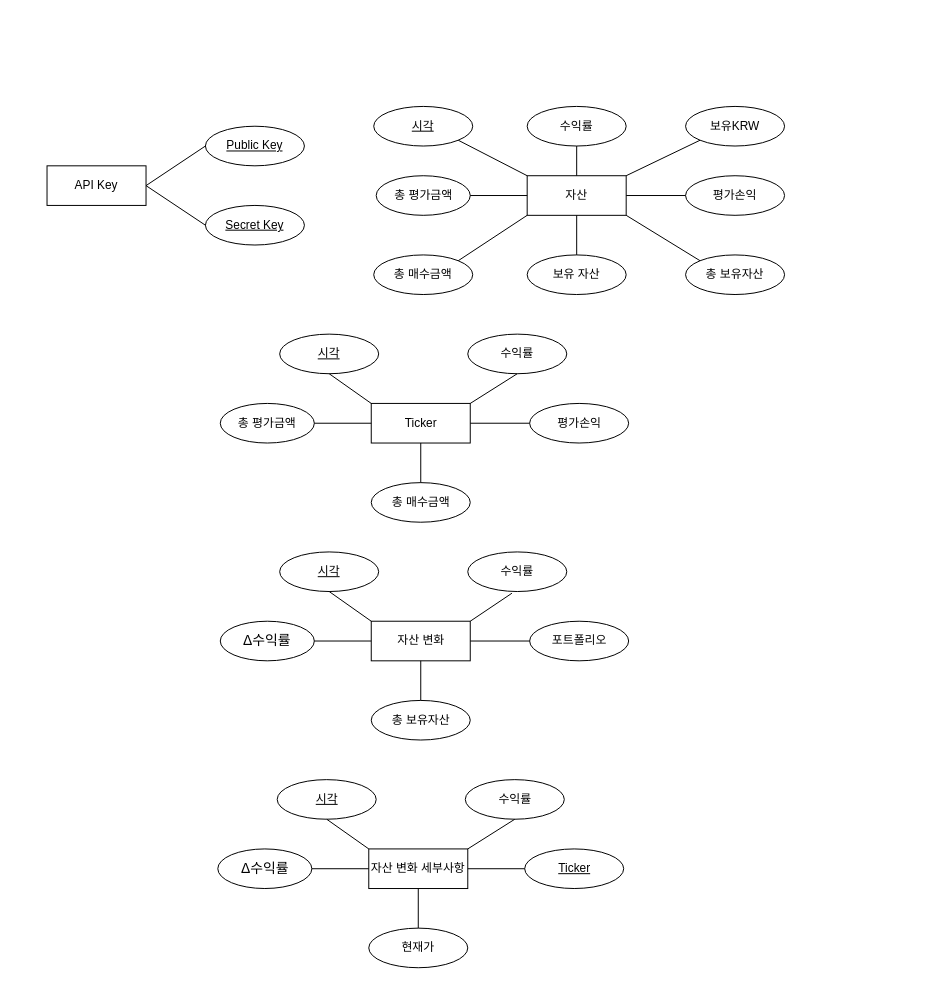
Above: Untitled Diagram.drawio in andantan/DB-Project (draw.io), before the change. Source tidied: cells renumbered, new cells numbered last; positions are measured from the earlier drawing's top-left corner, leaving out a move shared by most shapes. Both pictures are drawn from the tidied source at 99%, with x=0, y=0 at pixel (47, 106).
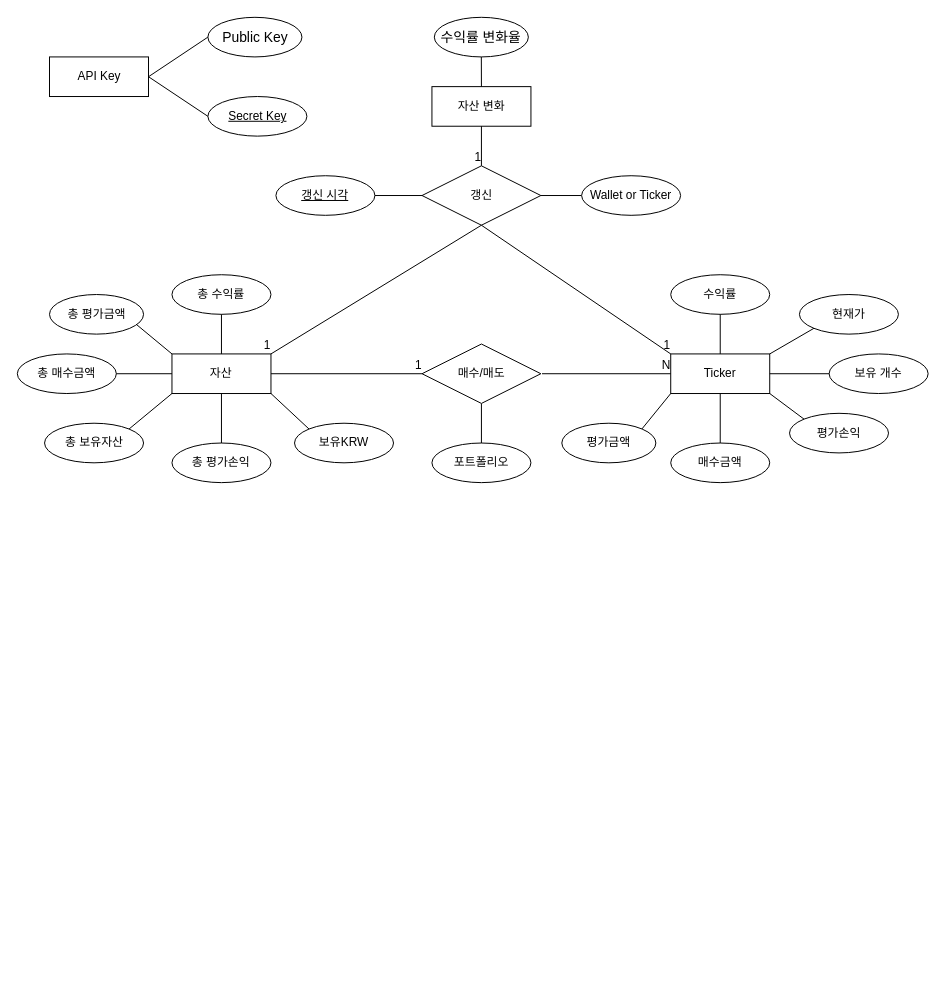
The same page after the edit.

Change to the diagram source:
```diff
@@
     <mxCell id="2" value="자산" style="whiteSpace=wrap;html=1;align=center;" parent="1" vertex="1">
-      <mxGeometry x="485" y="70" width="100" height="40" as="geometry" />
+      <mxGeometry x="126.2" y="250" width="100" height="40" as="geometry" />
     </mxCell>
     <mxCell id="3" value="보유KRW" style="ellipse;whiteSpace=wrap;html=1;align=center;" parent="1" vertex="1">
-      <mxGeometry x="645" width="100" height="40" as="geometry" />
+      <mxGeometry x="250" y="320" width="100" height="40" as="geometry" />
     </mxCell>
     <mxCell id="4" value="총 보유자산" style="ellipse;whiteSpace=wrap;html=1;align=center;" parent="1" vertex="1">
-      <mxGeometry x="645" y="150" width="100" height="40" as="geometry" />
+      <mxGeometry x="-2.5" y="320" width="100" height="40" as="geometry" />
     </mxCell>
     <mxCell id="5" value="총 매수금액" style="ellipse;whiteSpace=wrap;html=1;align=center;" parent="1" vertex="1">
-      <mxGeometry x="330" y="150" width="100" height="40" as="geometry" />
+      <mxGeometry x="-30" y="250" width="100" height="40" as="geometry" />
     </mxCell>
     <mxCell id="6" value="총 평가금액" style="ellipse;whiteSpace=wrap;html=1;align=center;" parent="1" vertex="1">
-      <mxGeometry x="332.5" y="70" width="95" height="40" as="geometry" />
+      <mxGeometry x="2.5" y="190" width="95" height="40" as="geometry" />
     </mxCell>
-    <mxCell id="7" value="평가손익" style="ellipse;whiteSpace=wrap;html=1;align=center;" parent="1" vertex="1">
-      <mxGeometry x="645" y="70" width="100" height="40" as="geometry" />
+    <mxCell id="7" value="총 평가손익" style="ellipse;whiteSpace=wrap;html=1;align=center;" parent="1" vertex="1">
+      <mxGeometry x="126.2" y="340" width="100" height="40" as="geometry" />
     </mxCell>
-    <mxCell id="8" value="수익률" style="ellipse;whiteSpace=wrap;html=1;align=center;" parent="1" vertex="1">
-      <mxGeometry x="485" width="100" height="40" as="geometry" />
+    <mxCell id="8" value="총 수익률" style="ellipse;whiteSpace=wrap;html=1;align=center;" parent="1" vertex="1">
+      <mxGeometry x="126.2" y="170" width="100" height="40" as="geometry" />
     </mxCell>
-    <mxCell id="9" value="보유 자산" style="ellipse;whiteSpace=wrap;html=1;align=center;" parent="1" vertex="1">
-      <mxGeometry x="485" y="150" width="100" height="40" as="geometry" />
+    <mxCell id="9" value="포트폴리오" style="ellipse;whiteSpace=wrap;html=1;align=center;" parent="1" vertex="1">
+      <mxGeometry x="388.8" y="340" width="100" height="40" as="geometry" />
     </mxCell>
-    <mxCell id="10" value="시각" style="ellipse;whiteSpace=wrap;html=1;align=center;fontStyle=4;" parent="1" vertex="1">
-      <mxGeometry x="330" width="100" height="40" as="geometry" />
-    </mxCell>
-    <mxCell id="11" style="endArrow=none;html=1;rounded=0;exitX=0;exitY=0;exitDx=0;exitDy=0;entryX=1;entryY=1;entryDx=0;entryDy=0;" parent="1" edge="1" source="2" target="10">
-      <mxGeometry relative="1" as="geometry" />
-    </mxCell>
-    <mxCell id="12" style="endArrow=none;html=1;rounded=0;exitX=0;exitY=0.5;exitDx=0;exitDy=0;entryX=1;entryY=0.5;entryDx=0;entryDy=0;" parent="1" edge="1" source="2" target="6">
-      <mxGeometry relative="1" as="geometry" />
+    <mxCell id="12" style="endArrow=none;html=1;rounded=0;exitX=0;exitY=0;exitDx=0;exitDy=0;" parent="1" edge="1" source="2">
+      <mxGeometry relative="1" as="geometry">
+        <mxPoint x="90" y="220" as="targetPoint" />
+      </mxGeometry>
     </mxCell>
-    <mxCell id="13" style="endArrow=none;html=1;rounded=0;exitX=0;exitY=1;exitDx=0;exitDy=0;entryX=1;entryY=0;entryDx=0;entryDy=0;" parent="1" edge="1" source="2" target="5">
+    <mxCell id="13" style="endArrow=none;html=1;rounded=0;exitX=0;exitY=0.5;exitDx=0;exitDy=0;entryX=1;entryY=0.5;entryDx=0;entryDy=0;" parent="1" edge="1" source="2" target="5">
       <mxGeometry relative="1" as="geometry" />
     </mxCell>
-    <mxCell id="14" style="endArrow=none;html=1;rounded=0;exitX=0;exitY=1;exitDx=0;exitDy=0;entryX=1;entryY=0;entryDx=0;entryDy=0;" parent="1" edge="1" source="3" target="2">
+    <mxCell id="14" style="endArrow=none;html=1;rounded=0;entryX=1;entryY=1;entryDx=0;entryDy=0;exitX=0;exitY=0;exitDx=0;exitDy=0;" parent="1" edge="1" source="3" target="2">
       <mxGeometry relative="1" as="geometry" />
     </mxCell>
-    <mxCell id="15" style="endArrow=none;html=1;rounded=0;exitX=0;exitY=0;exitDx=0;exitDy=0;entryX=1;entryY=1;entryDx=0;entryDy=0;" parent="1" edge="1" source="4" target="2">
+    <mxCell id="15" style="endArrow=none;html=1;rounded=0;entryX=0;entryY=1;entryDx=0;entryDy=0;exitX=1;exitY=0;exitDx=0;exitDy=0;" parent="1" edge="1" source="4" target="2">
       <mxGeometry relative="1" as="geometry" />
     </mxCell>
@@
-    <mxCell id="17" style="endArrow=none;html=1;rounded=0;exitX=0.5;exitY=1;exitDx=0;exitDy=0;entryX=0.5;entryY=0;entryDx=0;entryDy=0;" parent="1" edge="1" source="2" target="9">
+    <mxCell id="17" style="endArrow=none;html=1;rounded=0;exitX=0.5;exitY=1;exitDx=0;exitDy=0;entryX=0.5;entryY=0;entryDx=0;entryDy=0;" parent="1" edge="1" source="57" target="9">
       <mxGeometry relative="1" as="geometry" />
     </mxCell>
-    <mxCell id="18" style="endArrow=none;html=1;rounded=0;exitX=1;exitY=0.5;exitDx=0;exitDy=0;entryX=0;entryY=0.5;entryDx=0;entryDy=0;" parent="1" edge="1" source="2" target="7">
+    <mxCell id="18" style="endArrow=none;html=1;rounded=0;exitX=0.5;exitY=1;exitDx=0;exitDy=0;entryX=0.5;entryY=0;entryDx=0;entryDy=0;" parent="1" edge="1" source="2" target="7">
       <mxGeometry relative="1" as="geometry" />
     </mxCell>
     <mxCell id="19" value="Ticker" style="whiteSpace=wrap;html=1;align=center;" parent="1" vertex="1">
-      <mxGeometry x="327.5" y="300" width="100" height="40" as="geometry" />
+      <mxGeometry x="630" y="250" width="100" height="40" as="geometry" />
     </mxCell>
-    <mxCell id="20" value="총 매수금액" style="ellipse;whiteSpace=wrap;html=1;align=center;" parent="1" vertex="1">
-      <mxGeometry x="327.5" y="380" width="100" height="40" as="geometry" />
+    <mxCell id="20" value="매수금액" style="ellipse;whiteSpace=wrap;html=1;align=center;" parent="1" vertex="1">
+      <mxGeometry x="630" y="340" width="100" height="40" as="geometry" />
     </mxCell>
-    <mxCell id="21" value="총 평가금액" style="ellipse;whiteSpace=wrap;html=1;align=center;" parent="1" vertex="1">
-      <mxGeometry x="175" y="300" width="95" height="40" as="geometry" />
+    <mxCell id="21" value="평가금액" style="ellipse;whiteSpace=wrap;html=1;align=center;" parent="1" vertex="1">
+      <mxGeometry x="520" y="320" width="95" height="40" as="geometry" />
     </mxCell>
     <mxCell id="22" value="평가손익" style="ellipse;whiteSpace=wrap;html=1;align=center;" parent="1" vertex="1">
-      <mxGeometry x="487.5" y="300" width="100" height="40" as="geometry" />
+      <mxGeometry x="750" y="310" width="100" height="40" as="geometry" />
     </mxCell>
     <mxCell id="23" value="수익률" style="ellipse;whiteSpace=wrap;html=1;align=center;" parent="1" vertex="1">
-      <mxGeometry x="425" y="230" width="100" height="40" as="geometry" />
+      <mxGeometry x="630" y="170" width="100" height="40" as="geometry" />
     </mxCell>
-    <mxCell id="24" value="시각" style="ellipse;whiteSpace=wrap;html=1;align=center;fontStyle=4;" parent="1" vertex="1">
-      <mxGeometry x="235" y="230" width="100" height="40" as="geometry" />
-    </mxCell>
-    <mxCell id="25" style="endArrow=none;html=1;rounded=0;exitX=0;exitY=0;exitDx=0;exitDy=0;entryX=0.5;entryY=1;entryDx=0;entryDy=0;" parent="1" edge="1" source="19" target="24">
-      <mxGeometry relative="1" as="geometry" />
-    </mxCell>
-    <mxCell id="26" style="endArrow=none;html=1;rounded=0;exitX=0;exitY=0.5;exitDx=0;exitDy=0;entryX=1;entryY=0.5;entryDx=0;entryDy=0;" parent="1" edge="1" source="19" target="21">
+    <mxCell id="26" style="endArrow=none;html=1;rounded=0;exitX=0;exitY=1;exitDx=0;exitDy=0;entryX=1;entryY=0;entryDx=0;entryDy=0;" parent="1" edge="1" source="19" target="21">
       <mxGeometry relative="1" as="geometry" />
     </mxCell>
-    <mxCell id="27" style="endArrow=none;html=1;rounded=0;exitX=0.5;exitY=1;exitDx=0;exitDy=0;entryX=0.5;entryY=0;entryDx=0;entryDy=0;" parent="1" edge="1" source="19" target="20">
+    <mxCell id="27" style="endArrow=none;html=1;rounded=0;exitX=0.5;exitY=1;exitDx=0;exitDy=0;" parent="1" edge="1" source="19" target="20">
       <mxGeometry relative="1" as="geometry" />
     </mxCell>
-    <mxCell id="28" style="endArrow=none;html=1;rounded=0;exitX=1;exitY=0;exitDx=0;exitDy=0;entryX=0.5;entryY=1;entryDx=0;entryDy=0;" parent="1" edge="1" source="19" target="23">
+    <mxCell id="28" style="endArrow=none;html=1;rounded=0;exitX=1;exitY=0;exitDx=0;exitDy=0;entryX=1;entryY=0;entryDx=0;entryDy=0;" parent="1" edge="1" source="19" target="19">
       <mxGeometry relative="1" as="geometry" />
     </mxCell>
-    <mxCell id="29" style="endArrow=none;html=1;rounded=0;exitX=1;exitY=0.5;exitDx=0;exitDy=0;entryX=0;entryY=0.5;entryDx=0;entryDy=0;" parent="1" edge="1" source="19" target="22">
+    <mxCell id="29" style="endArrow=none;html=1;rounded=0;exitX=1;exitY=1;exitDx=0;exitDy=0;entryX=0;entryY=0;entryDx=0;entryDy=0;" parent="1" edge="1" source="19" target="22">
       <mxGeometry relative="1" as="geometry" />
     </mxCell>
     <mxCell id="30" value="API Key" style="whiteSpace=wrap;html=1;align=center;" parent="1" vertex="1">
-      <mxGeometry y="60" width="100" height="40" as="geometry" />
+      <mxGeometry x="2.5" y="-50" width="100" height="40" as="geometry" />
     </mxCell>
-    <mxCell id="31" value="Public Key" style="ellipse;whiteSpace=wrap;html=1;align=center;fontStyle=4;" parent="1" vertex="1">
-      <mxGeometry x="160" y="20" width="100" height="40" as="geometry" />
-    </mxCell>
     <mxCell id="32" value="Secret Key" style="ellipse;whiteSpace=wrap;html=1;align=center;fontStyle=4;" parent="1" vertex="1">
-      <mxGeometry x="160" y="100" width="100" height="40" as="geometry" />
+      <mxGeometry x="162.5" y="-10" width="100" height="40" as="geometry" />
     </mxCell>
@@
     <mxCell id="35" value="자산 변화" style="whiteSpace=wrap;html=1;align=center;" parent="1" vertex="1">
-      <mxGeometry x="327.5" y="520" width="100" height="40" as="geometry" />
+      <mxGeometry x="388.8" y="-20" width="100" height="40" as="geometry" />
     </mxCell>
-    <mxCell id="36" value="총 보유자산" style="ellipse;whiteSpace=wrap;html=1;align=center;" parent="1" vertex="1">
-      <mxGeometry x="327.5" y="600" width="100" height="40" as="geometry" />
-    </mxCell>
-    <mxCell id="37" value="&lt;span style=&quot;font-family: &amp;quot;Apple SD Gothic Neo&amp;quot;, arial, sans-serif; font-size: 14px; text-align: left;&quot;&gt;Δ수익률&lt;/span&gt;" style="ellipse;whiteSpace=wrap;html=1;align=center;fontColor=default;labelBackgroundColor=default;" parent="1" vertex="1">
-      <mxGeometry x="175" y="520" width="95" height="40" as="geometry" />
+    <mxCell id="37" value="&lt;div style=&quot;text-align: left;&quot;&gt;&lt;font face=&quot;Apple SD Gothic Neo, arial, sans-serif&quot;&gt;&lt;span style=&quot;font-size: 14px;&quot;&gt;수익률 변화율&lt;/span&gt;&lt;/font&gt;&lt;/div&gt;" style="ellipse;whiteSpace=wrap;html=1;align=center;fontColor=default;labelBackgroundColor=default;" parent="1" vertex="1">
+      <mxGeometry x="391.2" y="-90" width="95" height="40" as="geometry" />
     </mxCell>
-    <mxCell id="38" value="포트폴리오" style="ellipse;whiteSpace=wrap;html=1;align=center;" parent="1" vertex="1">
-      <mxGeometry x="487.5" y="520" width="100" height="40" as="geometry" />
-    </mxCell>
-    <mxCell id="39" value="수익률" style="ellipse;whiteSpace=wrap;html=1;align=center;" parent="1" vertex="1">
-      <mxGeometry x="425" y="450" width="100" height="40" as="geometry" />
-    </mxCell>
-    <mxCell id="40" value="시각" style="ellipse;whiteSpace=wrap;html=1;align=center;fontStyle=4;" parent="1" vertex="1">
-      <mxGeometry x="235" y="450" width="100" height="40" as="geometry" />
-    </mxCell>
-    <mxCell id="41" style="endArrow=none;html=1;rounded=0;exitX=0;exitY=0;exitDx=0;exitDy=0;entryX=0.5;entryY=1;entryDx=0;entryDy=0;" parent="1" edge="1" source="35" target="40">
-      <mxGeometry relative="1" as="geometry" />
-    </mxCell>
-    <mxCell id="42" style="endArrow=none;html=1;rounded=0;exitX=0;exitY=0.5;exitDx=0;exitDy=0;entryX=1;entryY=0.5;entryDx=0;entryDy=0;" parent="1" edge="1" source="35" target="37">
+    <mxCell id="42" style="endArrow=none;html=1;rounded=0;exitX=0.5;exitY=0;exitDx=0;exitDy=0;entryX=0.5;entryY=1;entryDx=0;entryDy=0;" parent="1" edge="1" source="35" target="37">
       <mxGeometry relative="1" as="geometry" />
     </mxCell>
-    <mxCell id="43" style="endArrow=none;html=1;rounded=0;exitX=0.5;exitY=1;exitDx=0;exitDy=0;entryX=0.5;entryY=0;entryDx=0;entryDy=0;" parent="1" edge="1" source="35" target="36">
-      <mxGeometry relative="1" as="geometry" />
-    </mxCell>
-    <mxCell id="44" style="endArrow=none;html=1;rounded=0;exitX=1;exitY=0;exitDx=0;exitDy=0;entryX=0.446;entryY=1.043;entryDx=0;entryDy=0;entryPerimeter=0;" parent="1" edge="1" source="35" target="39">
-      <mxGeometry relative="1" as="geometry" />
-    </mxCell>
-    <mxCell id="45" style="endArrow=none;html=1;rounded=0;exitX=1;exitY=0.5;exitDx=0;exitDy=0;" parent="1" edge="1" source="35" target="38">
-      <mxGeometry relative="1" as="geometry" />
-    </mxCell>
-    <mxCell id="46" value="자산 변화 세부사항" style="whiteSpace=wrap;html=1;align=center;" parent="1" vertex="1">
-      <mxGeometry x="325" y="750" width="100" height="40" as="geometry" />
-    </mxCell>
     <mxCell id="47" value="현재가" style="ellipse;whiteSpace=wrap;html=1;align=center;" parent="1" vertex="1">
-      <mxGeometry x="325" y="830" width="100" height="40" as="geometry" />
+      <mxGeometry x="760" y="190" width="100" height="40" as="geometry" />
     </mxCell>
-    <mxCell id="48" value="&lt;span style=&quot;font-family: &amp;quot;Apple SD Gothic Neo&amp;quot;, arial, sans-serif; font-size: 14px; text-align: left;&quot;&gt;Δ수익률&lt;/span&gt;" style="ellipse;whiteSpace=wrap;html=1;align=center;fontColor=default;labelBackgroundColor=default;" parent="1" vertex="1">
-      <mxGeometry x="172.5" y="750" width="95" height="40" as="geometry" />
-    </mxCell>
-    <mxCell id="49" value="수익률" style="ellipse;whiteSpace=wrap;html=1;align=center;" parent="1" vertex="1">
-      <mxGeometry x="422.5" y="680" width="100" height="40" as="geometry" />
-    </mxCell>
-    <mxCell id="50" value="시각" style="ellipse;whiteSpace=wrap;html=1;align=center;fontStyle=4;" parent="1" vertex="1">
-      <mxGeometry x="232.5" y="680" width="100" height="40" as="geometry" />
-    </mxCell>
-    <mxCell id="51" style="endArrow=none;html=1;rounded=0;exitX=0;exitY=0;exitDx=0;exitDy=0;entryX=0.5;entryY=1;entryDx=0;entryDy=0;" parent="1" edge="1" source="46" target="50">
-      <mxGeometry relative="1" as="geometry" />
-    </mxCell>
-    <mxCell id="52" style="endArrow=none;html=1;rounded=0;exitX=0;exitY=0.5;exitDx=0;exitDy=0;entryX=1;entryY=0.5;entryDx=0;entryDy=0;" parent="1" edge="1" source="46" target="48">
-      <mxGeometry relative="1" as="geometry" />
-    </mxCell>
-    <mxCell id="53" style="endArrow=none;html=1;rounded=0;exitX=0.5;exitY=1;exitDx=0;exitDy=0;entryX=0.5;entryY=0;entryDx=0;entryDy=0;" parent="1" edge="1" source="46" target="47">
+    <mxCell id="53" style="endArrow=none;html=1;rounded=0;exitX=1;exitY=0;exitDx=0;exitDy=0;entryX=0;entryY=1;entryDx=0;entryDy=0;" parent="1" edge="1" source="19" target="47">
       <mxGeometry relative="1" as="geometry" />
     </mxCell>
-    <mxCell id="54" style="endArrow=none;html=1;rounded=0;exitX=1;exitY=0;exitDx=0;exitDy=0;entryX=0.5;entryY=1;entryDx=0;entryDy=0;" parent="1" edge="1" source="46" target="49">
-      <mxGeometry relative="1" as="geometry" />
-    </mxCell>
-    <mxCell id="55" style="endArrow=none;html=1;rounded=0;exitX=1;exitY=0.5;exitDx=0;exitDy=0;entryX=0;entryY=0.5;entryDx=0;entryDy=0;" parent="1" edge="1" source="46">
-      <mxGeometry relative="1" as="geometry">
-        <mxPoint x="485" y="770" as="targetPoint" />
-      </mxGeometry>
-    </mxCell>
-    <mxCell id="56" value="Ticker" style="ellipse;whiteSpace=wrap;html=1;align=center;fontStyle=4;" parent="1" vertex="1">
-      <mxGeometry x="482.5" y="750" width="100" height="40" as="geometry" />
-    </mxCell>
+    <mxCell id="57" value="매수/매도" style="shape=rhombus;perimeter=rhombusPerimeter;whiteSpace=wrap;html=1;align=center;" parent="1" vertex="1">
+      <mxGeometry x="378.8" y="240" width="120" height="60" as="geometry" />
+    </mxCell>
+    <mxCell id="58" style="endArrow=none;html=1;rounded=0;entryX=0;entryY=0.5;entryDx=0;entryDy=0;exitX=1;exitY=0.5;exitDx=0;exitDy=0;" parent="1" edge="1" source="2" target="57">
+      <mxGeometry relative="1" as="geometry" />
+    </mxCell>
+    <mxCell id="59" value="1" style="html=1;align=right;verticalAlign=bottom;" parent="58" vertex="1">
+      <mxGeometry x="1" relative="1" as="geometry" />
+    </mxCell>
+    <mxCell id="60" style="endArrow=none;html=1;rounded=0;entryX=0.5;entryY=1;entryDx=0;entryDy=0;" parent="1" edge="1" source="19" target="23">
+      <mxGeometry relative="1" as="geometry" />
+    </mxCell>
+    <mxCell id="61" style="endArrow=none;html=1;rounded=0;entryX=0;entryY=0.5;entryDx=0;entryDy=0;" parent="1" edge="1" target="19">
+      <mxGeometry relative="1" as="geometry">
+        <mxPoint x="500" y="270" as="sourcePoint" />
+      </mxGeometry>
+    </mxCell>
+    <mxCell id="62" value="N" style="html=1;align=right;verticalAlign=bottom;" parent="61" vertex="1">
+      <mxGeometry x="1" relative="1" as="geometry" />
+    </mxCell>
+    <mxCell id="63" value="갱신" style="shape=rhombus;perimeter=rhombusPerimeter;whiteSpace=wrap;html=1;align=center;" parent="1" vertex="1">
+      <mxGeometry x="378.8" y="60" width="120" height="60" as="geometry" />
+    </mxCell>
+    <mxCell id="64" style="endArrow=none;html=1;rounded=0;entryX=1;entryY=0;entryDx=0;entryDy=0;exitX=0.5;exitY=1;exitDx=0;exitDy=0;" parent="1" edge="1" source="63" target="2">
+      <mxGeometry relative="1" as="geometry" />
+    </mxCell>
+    <mxCell id="65" value="1" style="html=1;align=right;verticalAlign=bottom;" parent="64" vertex="1">
+      <mxGeometry x="1" relative="1" as="geometry" />
+    </mxCell>
+    <mxCell id="66" style="endArrow=none;html=1;rounded=0;exitX=0.5;exitY=1;exitDx=0;exitDy=0;" parent="1" edge="1" source="35" target="63">
+      <mxGeometry relative="1" as="geometry" />
+    </mxCell>
+    <mxCell id="67" value="1" style="html=1;align=right;verticalAlign=bottom;" parent="66" vertex="1">
+      <mxGeometry x="1" relative="1" as="geometry" />
+    </mxCell>
+    <mxCell id="68" style="endArrow=none;html=1;rounded=0;entryX=0;entryY=0;entryDx=0;entryDy=0;exitX=0.5;exitY=1;exitDx=0;exitDy=0;" parent="1" edge="1" source="63" target="19">
+      <mxGeometry relative="1" as="geometry" />
+    </mxCell>
+    <mxCell id="69" value="1" style="html=1;align=right;verticalAlign=bottom;" parent="68" vertex="1">
+      <mxGeometry x="1" relative="1" as="geometry" />
+    </mxCell>
+    <mxCell id="70" style="endArrow=none;html=1;rounded=0;entryX=0;entryY=0.5;entryDx=0;entryDy=0;exitX=1;exitY=0.5;exitDx=0;exitDy=0;" parent="1" edge="1" source="63" target="73">
+      <mxGeometry relative="1" as="geometry" />
+    </mxCell>
+    <mxCell id="71" value="갱신 시각" style="ellipse;whiteSpace=wrap;html=1;align=center;fontStyle=4;" parent="1" vertex="1">
+      <mxGeometry x="231.2" y="70" width="100" height="40" as="geometry" />
+    </mxCell>
+    <mxCell id="72" style="endArrow=none;html=1;rounded=0;exitX=0;exitY=0.5;exitDx=0;exitDy=0;entryX=1;entryY=0.5;entryDx=0;entryDy=0;" parent="1" edge="1" source="63" target="71">
+      <mxGeometry relative="1" as="geometry" />
+    </mxCell>
+    <mxCell id="73" value="Wallet or Ticker" style="ellipse;whiteSpace=wrap;html=1;align=center;" parent="1" vertex="1">
+      <mxGeometry x="540" y="70" width="100" height="40" as="geometry" />
+    </mxCell>
+    <mxCell id="31" value="&lt;div style=&quot;text-align: left;&quot;&gt;&lt;font face=&quot;Apple SD Gothic Neo, arial, sans-serif&quot;&gt;&lt;span style=&quot;font-size: 14px;&quot;&gt;Public Key&lt;/span&gt;&lt;/font&gt;&lt;/div&gt;" style="ellipse;whiteSpace=wrap;html=1;align=center;fontColor=default;labelBackgroundColor=default;" parent="1" vertex="1">
+      <mxGeometry x="162.5" y="-90" width="95" height="40" as="geometry" />
+    </mxCell>
+    <mxCell id="74" style="endArrow=none;html=1;rounded=0;exitX=1;exitY=0;exitDx=0;exitDy=0;entryX=1;entryY=0;entryDx=0;entryDy=0;" parent="1" edge="1">
+      <mxGeometry relative="1" as="geometry">
+        <mxPoint x="770" y="299.2" as="sourcePoint" />
+        <mxPoint x="770" y="299.2" as="targetPoint" />
+      </mxGeometry>
+    </mxCell>
+    <mxCell id="75" value="보유 개수" style="ellipse;whiteSpace=wrap;html=1;align=center;" parent="1" vertex="1">
+      <mxGeometry x="790" y="250" width="100" height="40" as="geometry" />
+    </mxCell>
+    <mxCell id="76" style="endArrow=none;html=1;rounded=0;exitX=1;exitY=0.5;exitDx=0;exitDy=0;entryX=0;entryY=0.5;entryDx=0;entryDy=0;" parent="1" edge="1" source="19" target="75">
+      <mxGeometry relative="1" as="geometry" />
+    </mxCell>
```
